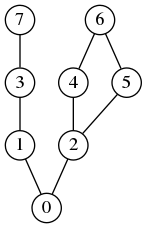
Above: graphs/article/ex1.dot.png in psqq/semi-diplom (Graphviz), before the change. Its source is kept beside it as graphs/article/ex1.dot.
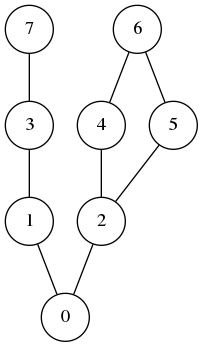
After the commit.

What changed in the source:
```diff
@@ -1,6 +1,10 @@
 digraph {
+/*
 graph [ ranksep="0.35" ];
 node [ shape=circle, fixedsize=true, width="0.3" ]
+edge [ arrowhead=none ]
+*/
+node [ shape=circle ]
 edge [ arrowhead=none ]
 rankdir = BT
 0 -> 1 -> 3 -> 7
```
